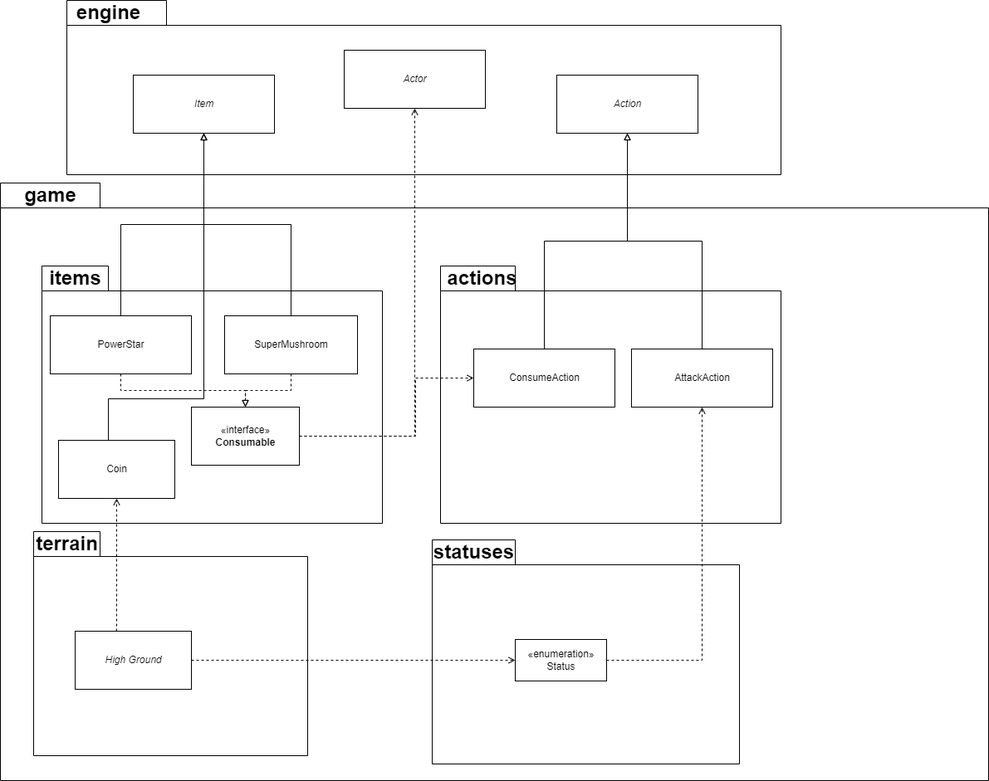
Above: docs/REQ4 UML Diagram by Andy.png in IvanChann/Mario.... (draw.io), before the change. Source tidied: cells renumbered, new cells last; positions are measured from the earlier drawing's top-left corner, leaving out a move shared by most shapes.
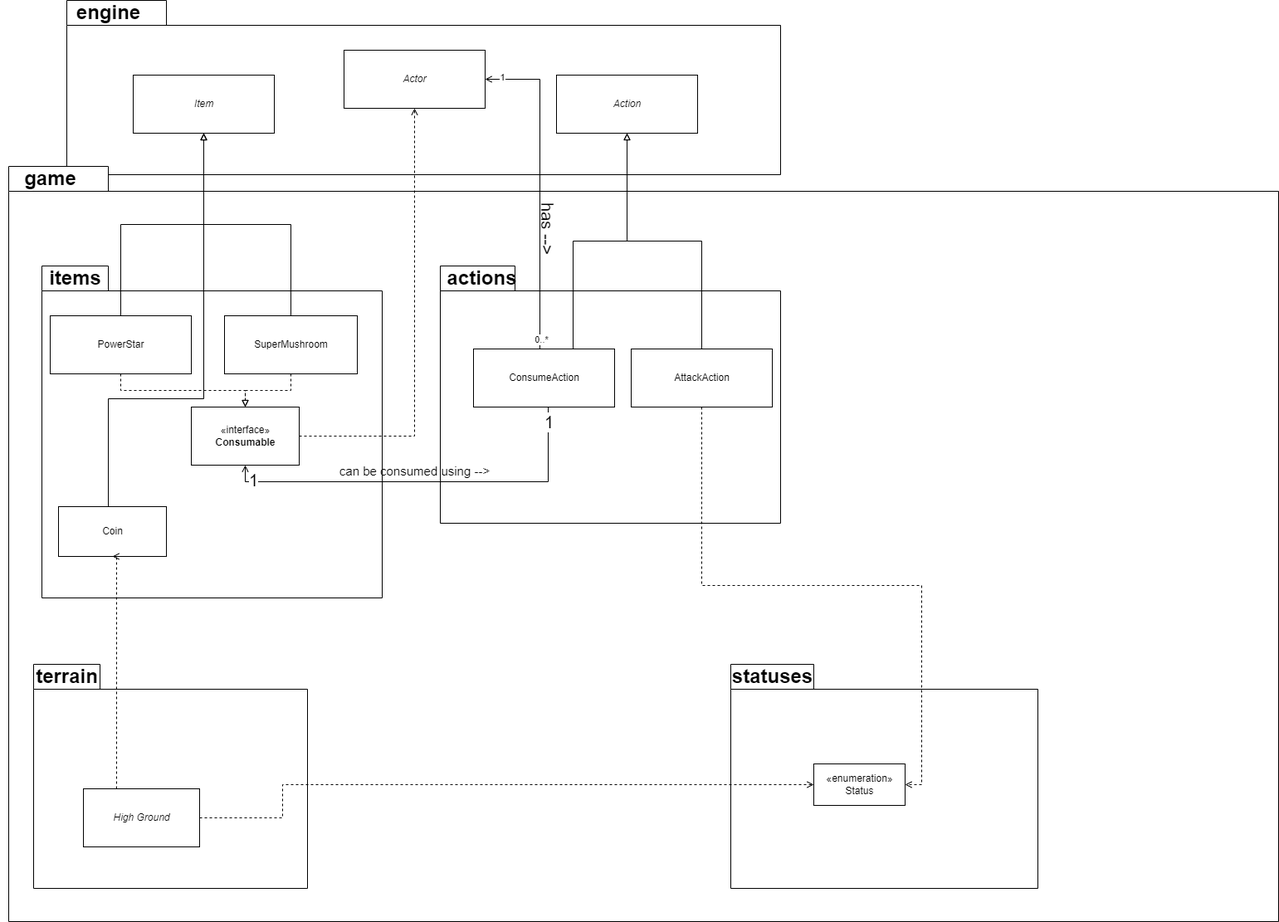
After the change.

Commit message:
Started REQ5 UML Diagram and Documentation, added WalletManager, PickupCoinAction and BuyAction and their roles in the documentation

The edit, as a diff of the source:
```diff
@@ -6,13 +6,13 @@
       <mxGeometry x="80" width="860" height="210" as="geometry" />
     </mxCell>
     <mxCell id="3" style="shape=folder;fontStyle=1;spacingTop=10;tabWidth=120;tabHeight=30;tabPosition=left;html=1;" parent="1" vertex="1">
-      <mxGeometry y="220" width="1190" height="720" as="geometry" />
+      <mxGeometry x="10" y="200" width="1530" height="910" as="geometry" />
     </mxCell>
     <mxCell id="4" style="shape=folder;fontStyle=1;spacingTop=10;tabWidth=80;tabHeight=30;tabPosition=left;html=1;" parent="1" vertex="1">
-      <mxGeometry x="50" y="320" width="410" height="310" as="geometry" />
+      <mxGeometry x="50" y="320" width="410" height="400" as="geometry" />
     </mxCell>
     <mxCell id="5" value="game" style="text;strokeColor=none;fillColor=none;html=1;fontSize=24;fontStyle=1;verticalAlign=middle;align=center;" parent="1" vertex="1">
-      <mxGeometry y="220" width="120" height="30" as="geometry" />
+      <mxGeometry y="200" width="120" height="30" as="geometry" />
     </mxCell>
     <mxCell id="6" style="edgeStyle=orthogonalEdgeStyle;rounded=0;jettySize=auto;html=1;entryX=0.5;entryY=1;entryDx=0;entryDy=0;endArrow=block;endFill=0;" parent="1" edge="1" source="8" target="11">
       <mxGeometry relative="1" as="geometry" />
@@ -47,14 +47,6 @@
     <mxCell id="16" style="shape=folder;fontStyle=1;spacingTop=10;tabWidth=90;tabHeight=30;tabPosition=left;html=1;" parent="1" vertex="1">
       <mxGeometry x="530" y="320" width="410" height="310" as="geometry" />
     </mxCell>
-    <mxCell id="17" style="edgeStyle=orthogonalEdgeStyle;rounded=0;jettySize=auto;html=1;entryX=0;entryY=0.5;entryDx=0;entryDy=0;dashed=1;endArrow=open;endFill=0;" parent="1" edge="1" source="18" target="21">
-      <mxGeometry relative="1" as="geometry">
-        <Array as="points">
-          <mxPoint x="500" y="525" />
-          <mxPoint x="500" y="455" />
-        </Array>
-      </mxGeometry>
-    </mxCell>
     <mxCell id="18" value="«interface»&lt;br&gt;&lt;b&gt;Consumable&lt;/b&gt;" style="html=1;" parent="1" vertex="1">
       <mxGeometry x="230" y="490" width="130" height="70" as="geometry" />
     </mxCell>
@@ -62,8 +54,40 @@
       <mxGeometry x="520" y="320" width="120" height="30" as="geometry" />
     </mxCell>
     <mxCell id="20" style="edgeStyle=orthogonalEdgeStyle;rounded=0;jettySize=auto;html=1;entryX=0.5;entryY=1;entryDx=0;entryDy=0;endArrow=block;endFill=0;" parent="1" edge="1" source="21" target="22">
-      <mxGeometry relative="1" as="geometry" />
+      <mxGeometry relative="1" as="geometry">
+        <Array as="points">
+          <mxPoint x="690" y="290" />
+          <mxPoint x="755" y="290" />
+        </Array>
+      </mxGeometry>
     </mxCell>
+    <mxCell id="37" style="edgeStyle=orthogonalEdgeStyle;rounded=0;jettySize=auto;html=1;entryX=1;entryY=0.5;entryDx=0;entryDy=0;endArrow=open;endFill=0;" parent="1" edge="1" source="21" target="23">
+      <mxGeometry relative="1" as="geometry">
+        <Array as="points">
+          <mxPoint x="650" y="95" />
+        </Array>
+      </mxGeometry>
+    </mxCell>
+    <mxCell id="38" value="1" style="edgeLabel;html=1;align=center;verticalAlign=middle;" parent="37" vertex="1">
+      <mxGeometry x="0.9" y="-3" relative="1" as="geometry" />
+    </mxCell>
+    <mxCell id="39" value="0..*" style="edgeLabel;html=1;align=center;verticalAlign=middle;" parent="37" vertex="1">
+      <mxGeometry x="-0.94" y="-1" relative="1" as="geometry" />
+    </mxCell>
+    <mxCell id="40" style="edgeStyle=orthogonalEdgeStyle;rounded=0;jettySize=auto;html=1;entryX=0.5;entryY=1;entryDx=0;entryDy=0;fontSize=20;endArrow=open;endFill=0;" parent="1" edge="1" source="21" target="18">
+      <mxGeometry relative="1" as="geometry">
+        <Array as="points">
+          <mxPoint x="660" y="580" />
+          <mxPoint x="295" y="580" />
+        </Array>
+      </mxGeometry>
+    </mxCell>
+    <mxCell id="41" value="1" style="edgeLabel;html=1;align=center;verticalAlign=middle;fontSize=20;" parent="40" vertex="1">
+      <mxGeometry x="0.88" y="-3" relative="1" as="geometry" />
+    </mxCell>
+    <mxCell id="42" value="1" style="edgeLabel;html=1;align=center;verticalAlign=middle;fontSize=20;" parent="40" vertex="1">
+      <mxGeometry x="-0.93" relative="1" as="geometry" />
+    </mxCell>
     <mxCell id="21" value="ConsumeAction" style="html=1;" parent="1" vertex="1">
       <mxGeometry x="570" y="420" width="170" height="70" as="geometry" />
     </mxCell>
@@ -82,13 +106,13 @@
       </mxGeometry>
     </mxCell>
     <mxCell id="25" value="Coin" style="html=1;" parent="1" vertex="1">
-      <mxGeometry x="70" y="530" width="140" height="70" as="geometry" />
+      <mxGeometry x="70" y="610" width="130" height="60" as="geometry" />
     </mxCell>
     <mxCell id="26" style="shape=folder;fontStyle=1;spacingTop=10;tabWidth=80;tabHeight=30;tabPosition=left;html=1;" parent="1" vertex="1">
-      <mxGeometry x="40" y="640" width="330" height="270" as="geometry" />
+      <mxGeometry x="40" y="800" width="330" height="270" as="geometry" />
     </mxCell>
     <mxCell id="27" value="terrain" style="text;strokeColor=none;fillColor=none;html=1;fontSize=24;fontStyle=1;verticalAlign=middle;align=center;" parent="1" vertex="1">
-      <mxGeometry x="20" y="640" width="120" height="30" as="geometry" />
+      <mxGeometry x="20" y="800" width="120" height="30" as="geometry" />
     </mxCell>
     <mxCell id="28" style="edgeStyle=orthogonalEdgeStyle;rounded=0;jettySize=auto;html=1;entryX=0.5;entryY=1;entryDx=0;entryDy=0;endArrow=open;endFill=0;dashed=1;" parent="1" edge="1" source="31" target="25">
       <mxGeometry relative="1" as="geometry">
@@ -99,28 +123,39 @@
       </mxGeometry>
     </mxCell>
     <mxCell id="29" style="shape=folder;fontStyle=1;spacingTop=10;tabWidth=100;tabHeight=30;tabPosition=left;html=1;" parent="1" vertex="1">
-      <mxGeometry x="520" y="650" width="370" height="270" as="geometry" />
+      <mxGeometry x="880" y="800" width="370" height="270" as="geometry" />
     </mxCell>
-    <mxCell id="30" style="edgeStyle=orthogonalEdgeStyle;rounded=0;jettySize=auto;html=1;entryX=0;entryY=0.5;entryDx=0;entryDy=0;dashed=1;endArrow=open;endFill=0;" parent="1" edge="1" source="31" target="34">
-      <mxGeometry relative="1" as="geometry" />
+    <mxCell id="30" style="edgeStyle=orthogonalEdgeStyle;rounded=0;jettySize=auto;html=1;entryX=0;entryY=0.5;entryDx=0;entryDy=0;dashed=1;endArrow=open;endFill=0;exitX=1;exitY=0.5;exitDx=0;exitDy=0;" parent="1" edge="1" source="31" target="34">
+      <mxGeometry relative="1" as="geometry">
+        <Array as="points">
+          <mxPoint x="340" y="985" />
+          <mxPoint x="340" y="945" />
+        </Array>
+      </mxGeometry>
     </mxCell>
     <mxCell id="31" value="&lt;i&gt;High Ground&lt;/i&gt;" style="html=1;" parent="1" vertex="1">
-      <mxGeometry x="90" y="760" width="140" height="70" as="geometry" />
+      <mxGeometry x="100" y="950" width="140" height="70" as="geometry" />
     </mxCell>
     <mxCell id="32" value="statuses" style="text;strokeColor=none;fillColor=none;html=1;fontSize=24;fontStyle=1;verticalAlign=middle;align=center;" parent="1" vertex="1">
-      <mxGeometry x="510" y="650" width="120" height="30" as="geometry" />
+      <mxGeometry x="870" y="800" width="120" height="30" as="geometry" />
     </mxCell>
-    <mxCell id="33" style="edgeStyle=orthogonalEdgeStyle;rounded=0;jettySize=auto;html=1;dashed=1;endArrow=open;endFill=0;" parent="1" edge="1" source="34" target="36">
-      <mxGeometry relative="1" as="geometry" />
-    </mxCell>
     <mxCell id="34" value="«enumeration»&lt;br&gt;Status" style="html=1;" parent="1" vertex="1">
-      <mxGeometry x="620" y="770" width="110" height="50" as="geometry" />
+      <mxGeometry x="980" y="920" width="110" height="50" as="geometry" />
     </mxCell>
     <mxCell id="35" style="edgeStyle=orthogonalEdgeStyle;rounded=0;jettySize=auto;html=1;entryX=0.5;entryY=1;entryDx=0;entryDy=0;endArrow=block;endFill=0;" parent="1" edge="1" source="36" target="22">
       <mxGeometry relative="1" as="geometry" />
     </mxCell>
+    <mxCell id="43" style="edgeStyle=orthogonalEdgeStyle;rounded=0;jettySize=auto;html=1;entryX=1;entryY=0.5;entryDx=0;entryDy=0;exitX=0.5;exitY=1;exitDx=0;exitDy=0;endArrow=open;endFill=0;dashed=1;" parent="1" edge="1" source="36" target="34">
+      <mxGeometry relative="1" as="geometry" />
+    </mxCell>
     <mxCell id="36" value="AttackAction" style="html=1;" parent="1" vertex="1">
       <mxGeometry x="760" y="420" width="170" height="70" as="geometry" />
     </mxCell>
+    <mxCell id="44" value="&lt;span style=&quot;font-weight: normal&quot;&gt;&lt;font style=&quot;font-size: 20px&quot;&gt;has --&amp;gt;&lt;/font&gt;&lt;/span&gt;" style="text;strokeColor=none;fillColor=none;html=1;fontSize=24;fontStyle=1;verticalAlign=middle;align=center;rotation=90;strokeWidth=3;" parent="1" vertex="1">
+      <mxGeometry x="620" y="270" width="80" height="10" as="geometry" />
+    </mxCell>
+    <mxCell id="45" value="&lt;span style=&quot;font-weight: normal&quot;&gt;&lt;font style=&quot;font-size: 15px&quot;&gt;can be consumed using --&amp;gt;&lt;/font&gt;&lt;/span&gt;" style="text;strokeColor=none;fillColor=none;html=1;fontSize=24;fontStyle=1;verticalAlign=middle;align=center;rotation=0;strokeWidth=3;" parent="1" vertex="1">
+      <mxGeometry x="419" y="550" width="160" height="30" as="geometry" />
+    </mxCell>
   </root>
 </mxGraphModel>
```
